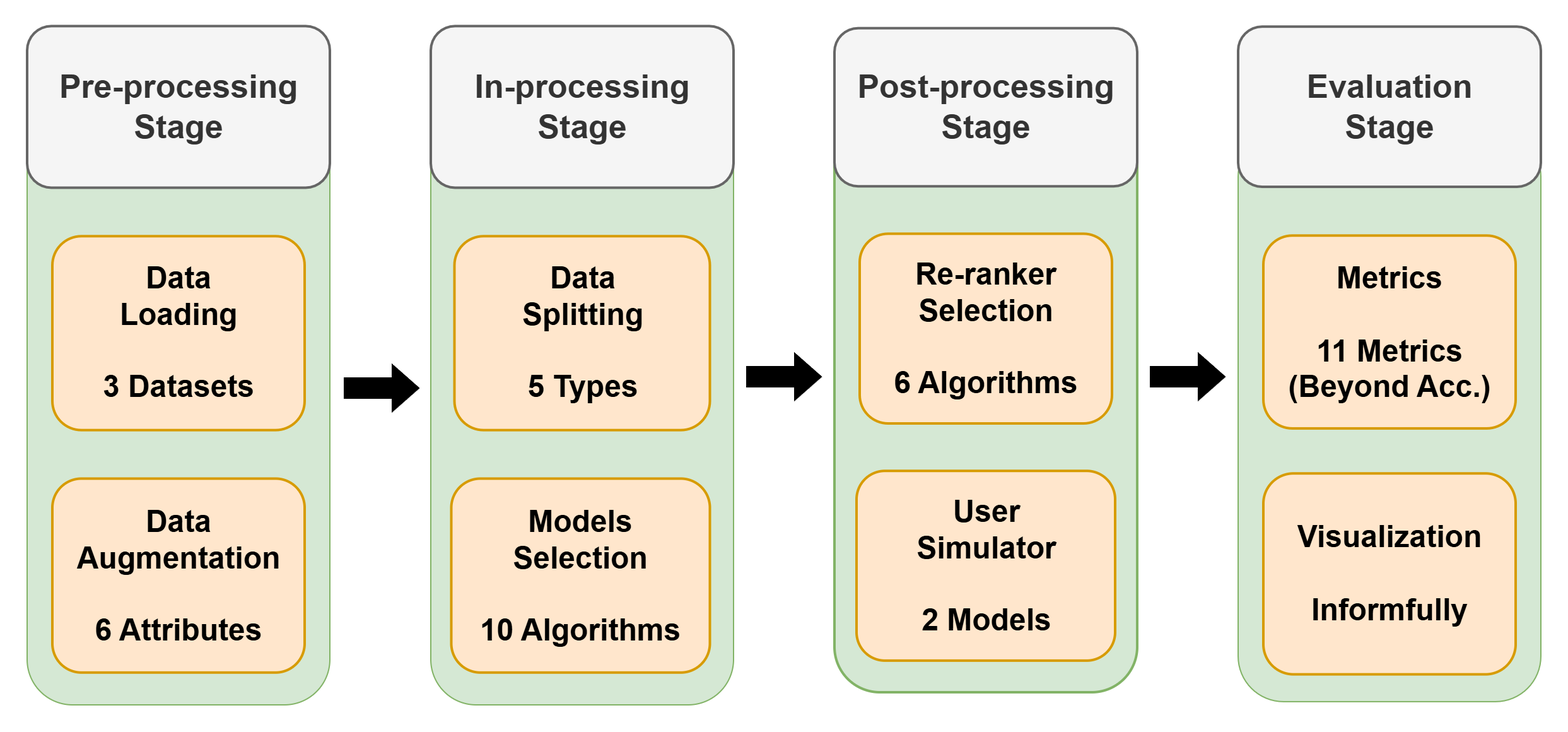
The draw.io diagram docs/source/img/presentation_assets/framework_extension_v4.2_simple.png in Informfully/Documentation, before a commit. Source tidied: cells renumbered, new cells last; positions are measured from the earlier drawing's top-left corner, leaving out a move shared by most shapes.
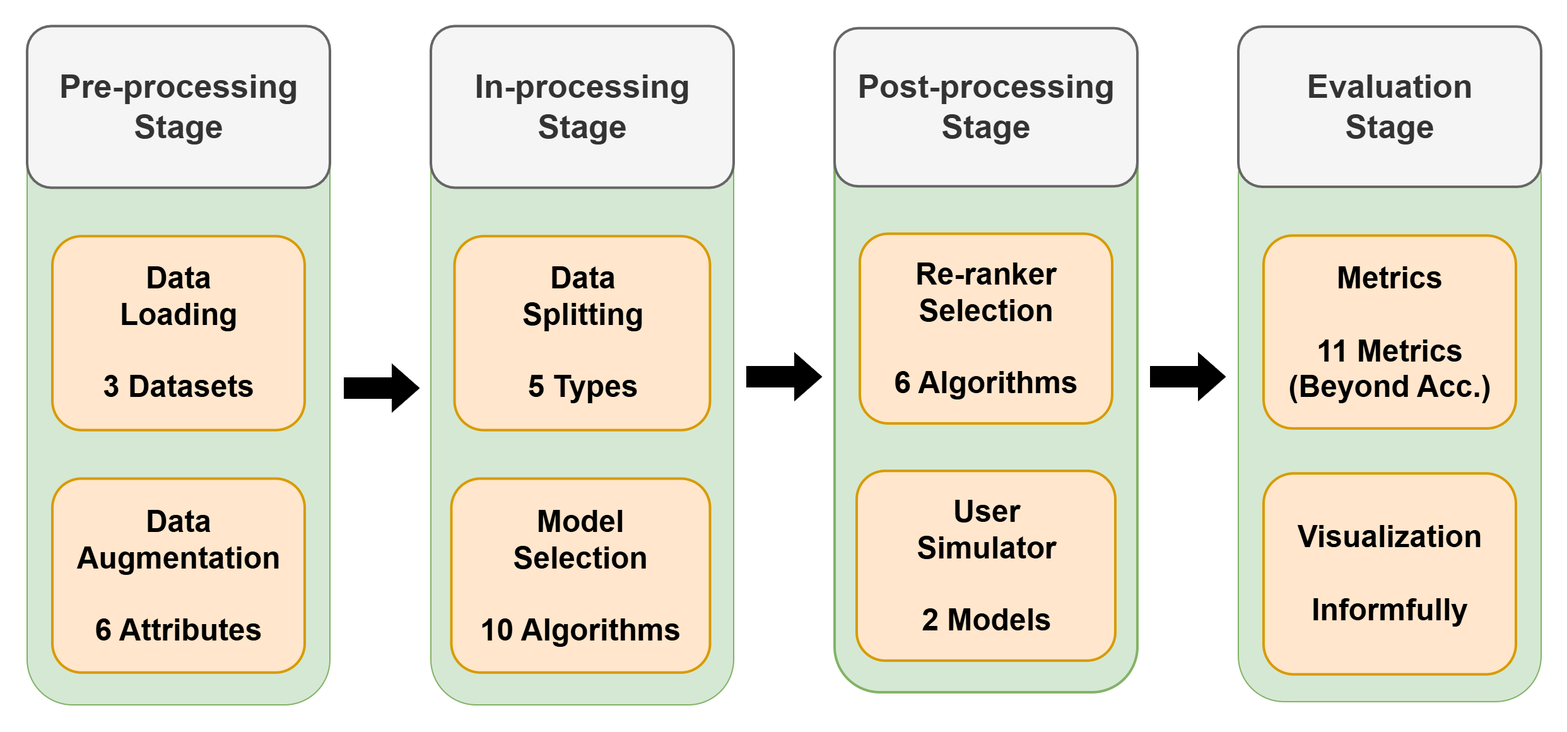
After the change.

Diff of the diagram source:
```diff
@@ -14,7 +14,7 @@
     <mxCell id="5" value="&lt;b&gt;&lt;font style=&quot;font-size: 24px;&quot;&gt;Data &lt;br&gt;Splitting&lt;/font&gt;&lt;/b&gt;&lt;div&gt;&lt;b&gt;&lt;font style=&quot;font-size: 24px;&quot;&gt;&lt;br&gt;5 Types&lt;/font&gt;&lt;/b&gt;&lt;/div&gt;" style="rounded=1;whiteSpace=wrap;html=1;fillColor=#ffe6cc;strokeColor=#d79b00;strokeWidth=2;" parent="2" vertex="1">
       <mxGeometry x="18.8" y="89.6" width="202.5" height="153.7" as="geometry" />
     </mxCell>
-    <mxCell id="6" value="&lt;b&gt;&lt;font&gt;&lt;font style=&quot;font-size: 24px;&quot;&gt;Models&lt;br&gt;Selection&lt;/font&gt;&lt;/font&gt;&lt;/b&gt;&lt;div&gt;&lt;b&gt;&lt;font&gt;&lt;font style=&quot;font-size: 24px;&quot;&gt;&lt;br&gt;10 Algorithms&lt;/font&gt;&lt;/font&gt;&lt;/b&gt;&lt;/div&gt;" style="rounded=1;whiteSpace=wrap;html=1;fillColor=#ffe6cc;strokeColor=#d79b00;strokeWidth=2;" parent="2" vertex="1">
+    <mxCell id="6" value="&lt;b&gt;&lt;font&gt;&lt;font style=&quot;font-size: 24px;&quot;&gt;Model&lt;br&gt;Selection&lt;/font&gt;&lt;/font&gt;&lt;/b&gt;&lt;div&gt;&lt;b&gt;&lt;font&gt;&lt;font style=&quot;font-size: 24px;&quot;&gt;&lt;br&gt;10 Algorithms&lt;/font&gt;&lt;/font&gt;&lt;/b&gt;&lt;/div&gt;" style="rounded=1;whiteSpace=wrap;html=1;fillColor=#ffe6cc;strokeColor=#d79b00;strokeWidth=2;" parent="2" vertex="1">
       <mxGeometry x="16.2" y="281.7" width="205" height="153.7" as="geometry" />
     </mxCell>
     <mxCell id="7" style="group;" parent="1" vertex="1">
```
